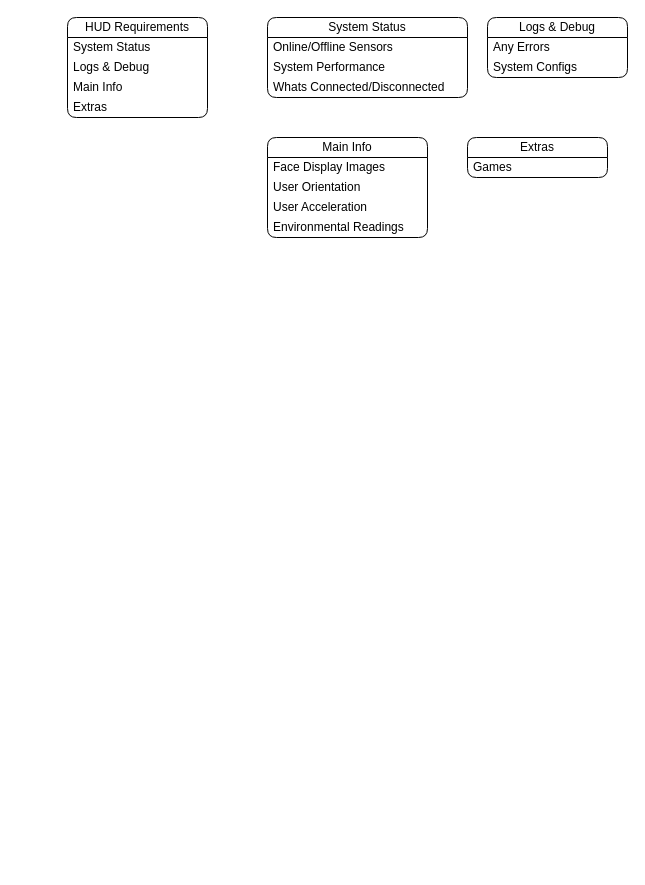
Earlier version of the draw.io diagram page "Brainstorm" (1 of 2) of Documents/HID Display.drawio (Cyberspecies/Synth-Head). Source tidied: cells renumbered, new cells numbered last; positions are measured from the earlier drawing's top-left corner, leaving out a move shared by most shapes. Both pictures are drawn from the tidied source at 100%, with x=0, y=0 at pixel (67, 17).
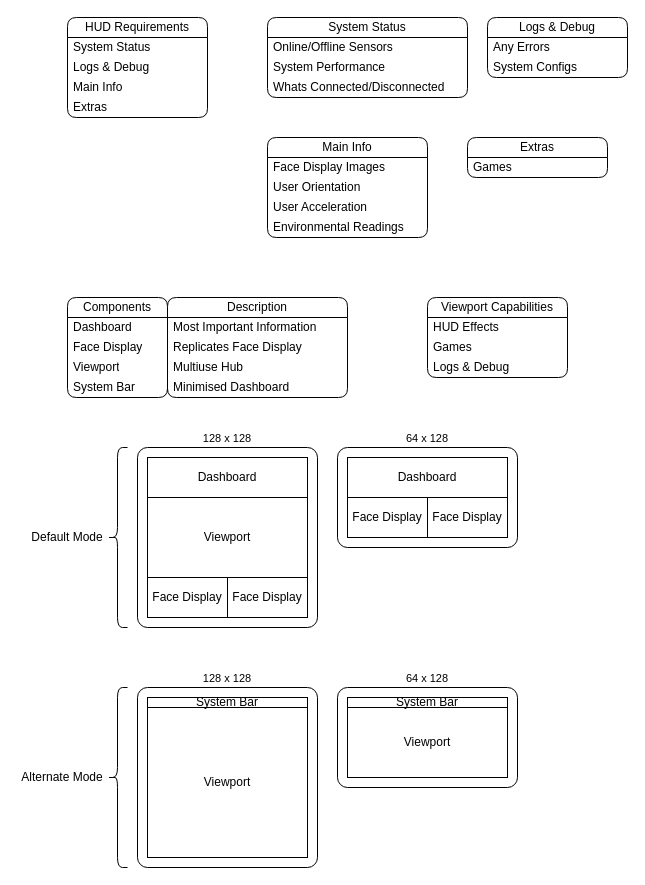
Above is the later version.

Commit message:
Added Display Layout

What changed in the source:
```diff
@@
+    <mxCell id="21" value="128 x 128" style="rounded=1;whiteSpace=wrap;html=1;fontFamily=Helvetica;fontSize=11;fontColor=default;labelBackgroundColor=default;absoluteArcSize=1;strokeColor=default;align=center;verticalAlign=bottom;fillColor=default;labelPosition=center;verticalLabelPosition=top;" parent="1" vertex="1">
+      <mxGeometry x="70" y="430" width="180" height="180" as="geometry" />
+    </mxCell>
+    <mxCell id="22" value="Dashboard" style="rounded=0;whiteSpace=wrap;html=1;strokeColor=default;align=center;verticalAlign=middle;fontFamily=Helvetica;fontSize=12;fontColor=default;fillColor=default;" parent="21" vertex="1">
+      <mxGeometry x="10" y="10" width="160" height="40" as="geometry" />
+    </mxCell>
+    <mxCell id="23" value="Viewport" style="rounded=0;whiteSpace=wrap;html=1;strokeColor=default;align=center;verticalAlign=middle;fontFamily=Helvetica;fontSize=12;fontColor=default;fillColor=default;" parent="21" vertex="1">
+      <mxGeometry x="10" y="50" width="160" height="80" as="geometry" />
+    </mxCell>
+    <mxCell id="24" value="Face Display" style="rounded=0;whiteSpace=wrap;html=1;strokeColor=default;align=center;verticalAlign=middle;fontFamily=Helvetica;fontSize=12;fontColor=default;fillColor=default;" parent="21" vertex="1">
+      <mxGeometry x="10" y="130" width="80" height="40" as="geometry" />
+    </mxCell>
+    <mxCell id="25" value="Face Display" style="rounded=0;whiteSpace=wrap;html=1;strokeColor=default;align=center;verticalAlign=middle;fontFamily=Helvetica;fontSize=12;fontColor=default;fillColor=default;" parent="21" vertex="1">
+      <mxGeometry x="90" y="130" width="80" height="40" as="geometry" />
+    </mxCell>
+    <mxCell id="26" value="64 x 128" style="rounded=1;whiteSpace=wrap;html=1;fontFamily=Helvetica;fontSize=11;fontColor=default;labelBackgroundColor=default;absoluteArcSize=1;strokeColor=default;align=center;verticalAlign=bottom;fillColor=default;labelPosition=center;verticalLabelPosition=top;" parent="1" vertex="1">
+      <mxGeometry x="270" y="430" width="180" height="100" as="geometry" />
+    </mxCell>
+    <mxCell id="27" value="Dashboard" style="rounded=0;whiteSpace=wrap;html=1;strokeColor=default;align=center;verticalAlign=middle;fontFamily=Helvetica;fontSize=12;fontColor=default;fillColor=default;" parent="26" vertex="1">
+      <mxGeometry x="10" y="10" width="160" height="40" as="geometry" />
+    </mxCell>
+    <mxCell id="28" value="Face Display" style="rounded=0;whiteSpace=wrap;html=1;strokeColor=default;align=center;verticalAlign=middle;fontFamily=Helvetica;fontSize=12;fontColor=default;fillColor=default;" parent="26" vertex="1">
+      <mxGeometry x="10" y="50" width="80" height="40" as="geometry" />
+    </mxCell>
+    <mxCell id="29" value="Face Display" style="rounded=0;whiteSpace=wrap;html=1;strokeColor=default;align=center;verticalAlign=middle;fontFamily=Helvetica;fontSize=12;fontColor=default;fillColor=default;" parent="26" vertex="1">
+      <mxGeometry x="90" y="50" width="80" height="40" as="geometry" />
+    </mxCell>
+    <mxCell id="30" value="Components" style="swimlane;fontStyle=0;horizontal=1;startSize=20;whiteSpace=wrap;html=1;rounded=1;strokeColor=default;align=center;verticalAlign=middle;fontFamily=Helvetica;fontSize=12;fontColor=default;fillColor=default;" parent="1" vertex="1">
+      <mxGeometry y="280" width="100" height="100" as="geometry" />
+    </mxCell>
+    <mxCell id="31" value="Dashboard" style="text;strokeColor=none;fillColor=none;align=left;verticalAlign=middle;spacingLeft=4;spacingRight=4;overflow=hidden;whiteSpace=wrap;html=1;fontFamily=Helvetica;fontSize=12;fontColor=default;" parent="30" vertex="1">
+      <mxGeometry y="20" width="100" height="20" as="geometry" />
+    </mxCell>
+    <mxCell id="32" value="Face Display" style="text;strokeColor=none;fillColor=none;align=left;verticalAlign=middle;spacingLeft=4;spacingRight=4;overflow=hidden;whiteSpace=wrap;html=1;fontFamily=Helvetica;fontSize=12;fontColor=default;" parent="30" vertex="1">
+      <mxGeometry y="40" width="100" height="20" as="geometry" />
+    </mxCell>
+    <mxCell id="33" value="Viewport" style="text;strokeColor=none;fillColor=none;align=left;verticalAlign=middle;spacingLeft=4;spacingRight=4;overflow=hidden;whiteSpace=wrap;html=1;fontFamily=Helvetica;fontSize=12;fontColor=default;" parent="30" vertex="1">
+      <mxGeometry y="60" width="100" height="20" as="geometry" />
+    </mxCell>
+    <mxCell id="34" value="System Bar" style="text;strokeColor=none;fillColor=none;align=left;verticalAlign=middle;spacingLeft=4;spacingRight=4;overflow=hidden;whiteSpace=wrap;html=1;fontFamily=Helvetica;fontSize=12;fontColor=default;" parent="30" vertex="1">
+      <mxGeometry y="80" width="100" height="20" as="geometry" />
+    </mxCell>
+    <mxCell id="35" value="Description" style="swimlane;fontStyle=0;horizontal=1;startSize=20;whiteSpace=wrap;html=1;rounded=1;strokeColor=default;align=center;verticalAlign=middle;fontFamily=Helvetica;fontSize=12;fontColor=default;fillColor=default;" parent="1" vertex="1">
+      <mxGeometry x="100" y="280" width="180" height="100" as="geometry" />
+    </mxCell>
+    <mxCell id="36" value="Most Important Information" style="text;strokeColor=none;fillColor=none;align=left;verticalAlign=middle;spacingLeft=4;spacingRight=4;overflow=hidden;whiteSpace=wrap;html=1;fontFamily=Helvetica;fontSize=12;fontColor=default;" parent="35" vertex="1">
+      <mxGeometry y="20" width="180" height="20" as="geometry" />
+    </mxCell>
+    <mxCell id="37" value="Replicates Face Display" style="text;strokeColor=none;fillColor=none;align=left;verticalAlign=middle;spacingLeft=4;spacingRight=4;overflow=hidden;whiteSpace=wrap;html=1;fontFamily=Helvetica;fontSize=12;fontColor=default;" parent="35" vertex="1">
+      <mxGeometry y="40" width="180" height="20" as="geometry" />
+    </mxCell>
+    <mxCell id="38" value="Multiuse Hub" style="text;strokeColor=none;fillColor=none;align=left;verticalAlign=middle;spacingLeft=4;spacingRight=4;overflow=hidden;whiteSpace=wrap;html=1;fontFamily=Helvetica;fontSize=12;fontColor=default;" parent="35" vertex="1">
+      <mxGeometry y="60" width="180" height="20" as="geometry" />
+    </mxCell>
+    <mxCell id="39" value="Minimised Dashboard" style="text;strokeColor=none;fillColor=none;align=left;verticalAlign=middle;spacingLeft=4;spacingRight=4;overflow=hidden;whiteSpace=wrap;html=1;fontFamily=Helvetica;fontSize=12;fontColor=default;" parent="35" vertex="1">
+      <mxGeometry y="80" width="180" height="20" as="geometry" />
+    </mxCell>
+    <mxCell id="40" value="Viewport Capabilities" style="swimlane;fontStyle=0;horizontal=1;startSize=20;whiteSpace=wrap;html=1;rounded=1;strokeColor=default;align=center;verticalAlign=middle;fontFamily=Helvetica;fontSize=12;fontColor=default;fillColor=default;" parent="1" vertex="1">
+      <mxGeometry x="360" y="280" width="140" height="80" as="geometry" />
+    </mxCell>
+    <mxCell id="41" value="HUD Effects" style="text;strokeColor=none;fillColor=none;align=left;verticalAlign=middle;spacingLeft=4;spacingRight=4;overflow=hidden;whiteSpace=wrap;html=1;fontFamily=Helvetica;fontSize=12;fontColor=default;" parent="40" vertex="1">
+      <mxGeometry y="20" width="140" height="20" as="geometry" />
+    </mxCell>
+    <mxCell id="42" value="Games" style="text;strokeColor=none;fillColor=none;align=left;verticalAlign=middle;spacingLeft=4;spacingRight=4;overflow=hidden;whiteSpace=wrap;html=1;fontFamily=Helvetica;fontSize=12;fontColor=default;" parent="40" vertex="1">
+      <mxGeometry y="40" width="140" height="20" as="geometry" />
+    </mxCell>
+    <mxCell id="43" value="Logs &amp;amp; Debug" style="text;strokeColor=none;fillColor=none;align=left;verticalAlign=middle;spacingLeft=4;spacingRight=4;overflow=hidden;whiteSpace=wrap;html=1;fontFamily=Helvetica;fontSize=12;fontColor=default;" parent="40" vertex="1">
+      <mxGeometry y="60" width="140" height="20" as="geometry" />
+    </mxCell>
+    <mxCell id="44" style="shape=curlyBracket;whiteSpace=wrap;html=1;rounded=1;labelPosition=left;verticalLabelPosition=middle;align=right;verticalAlign=middle;strokeColor=default;fontFamily=Helvetica;fontSize=12;fontColor=default;fillColor=default;" parent="1" vertex="1">
+      <mxGeometry x="40" y="430" width="20" height="180" as="geometry" />
+    </mxCell>
+    <mxCell id="45" value="Default Mode" style="text;html=1;align=center;verticalAlign=middle;whiteSpace=wrap;rounded=0;fontFamily=Helvetica;fontSize=12;fontColor=default;" parent="1" vertex="1">
+      <mxGeometry x="-40" y="510" width="80" height="20" as="geometry" />
+    </mxCell>
+    <mxCell id="46" value="128 x 128" style="rounded=1;whiteSpace=wrap;html=1;fontFamily=Helvetica;fontSize=11;fontColor=default;labelBackgroundColor=default;absoluteArcSize=1;strokeColor=default;align=center;verticalAlign=bottom;fillColor=default;labelPosition=center;verticalLabelPosition=top;" parent="1" vertex="1">
+      <mxGeometry x="70" y="670" width="180" height="180" as="geometry" />
+    </mxCell>
+    <mxCell id="47" value="Viewport" style="rounded=0;whiteSpace=wrap;html=1;strokeColor=default;align=center;verticalAlign=middle;fontFamily=Helvetica;fontSize=12;fontColor=default;fillColor=default;" parent="46" vertex="1">
+      <mxGeometry x="10" y="20" width="160" height="150" as="geometry" />
+    </mxCell>
+    <mxCell id="48" value="System Bar" style="rounded=0;whiteSpace=wrap;html=1;strokeColor=default;align=center;verticalAlign=middle;fontFamily=Helvetica;fontSize=12;fontColor=default;fillColor=default;" parent="46" vertex="1">
+      <mxGeometry x="10" y="10" width="160" height="10" as="geometry" />
+    </mxCell>
+    <mxCell id="49" value="64 x 128" style="rounded=1;whiteSpace=wrap;html=1;fontFamily=Helvetica;fontSize=11;fontColor=default;labelBackgroundColor=default;absoluteArcSize=1;strokeColor=default;align=center;verticalAlign=bottom;fillColor=default;labelPosition=center;verticalLabelPosition=top;" parent="1" vertex="1">
+      <mxGeometry x="270" y="670" width="180" height="100" as="geometry" />
+    </mxCell>
+    <mxCell id="50" value="Viewport" style="rounded=0;whiteSpace=wrap;html=1;strokeColor=default;align=center;verticalAlign=middle;fontFamily=Helvetica;fontSize=12;fontColor=default;fillColor=default;" parent="49" vertex="1">
+      <mxGeometry x="10" y="20" width="160" height="70" as="geometry" />
+    </mxCell>
+    <mxCell id="51" value="System Bar" style="rounded=0;whiteSpace=wrap;html=1;strokeColor=default;align=center;verticalAlign=middle;fontFamily=Helvetica;fontSize=12;fontColor=default;fillColor=default;" parent="49" vertex="1">
+      <mxGeometry x="10" y="10" width="160" height="10" as="geometry" />
+    </mxCell>
+    <mxCell id="52" style="shape=curlyBracket;whiteSpace=wrap;html=1;rounded=1;labelPosition=left;verticalLabelPosition=middle;align=right;verticalAlign=middle;strokeColor=default;fontFamily=Helvetica;fontSize=12;fontColor=default;fillColor=default;" parent="1" vertex="1">
+      <mxGeometry x="40" y="670" width="20" height="180" as="geometry" />
+    </mxCell>
+    <mxCell id="53" value="Alternate Mode" style="text;html=1;align=center;verticalAlign=middle;whiteSpace=wrap;rounded=0;fontFamily=Helvetica;fontSize=12;fontColor=default;" parent="1" vertex="1">
+      <mxGeometry x="-50" y="750" width="90" height="20" as="geometry" />
+    </mxCell>
```
